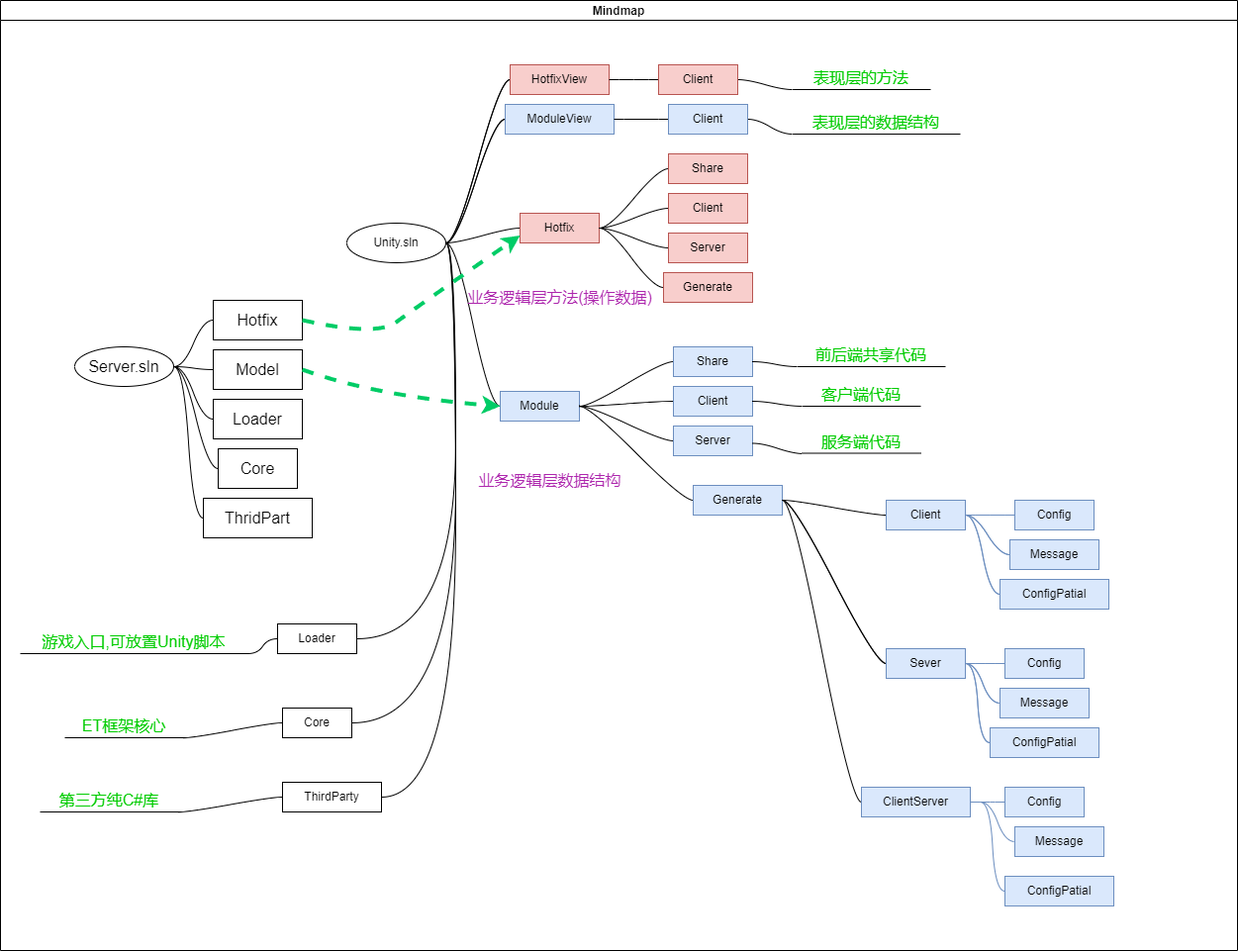
Above: coding/ET框架/img/ET7_folder_structure.png in milk36/StudyNotes (draw.io), before the change. Source tidied: cells renumbered, new cells last; positions are measured from the earlier drawing's top-left corner, leaving out a move shared by most shapes.
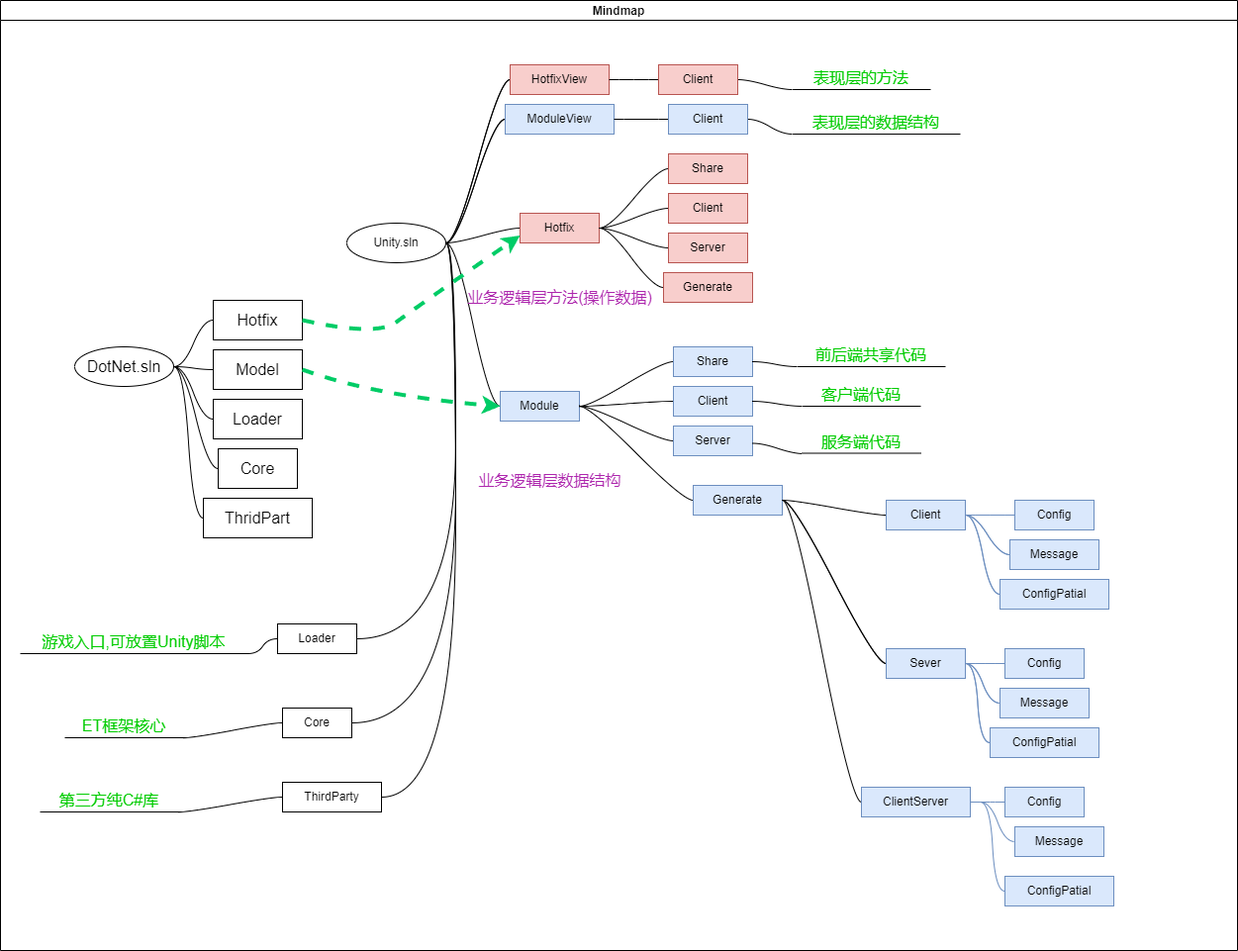
Later version of the same file.

Diff of the diagram source:
```diff
@@ -282,7 +282,7 @@
     <mxCell id="91" value="第三方纯C#库" style="whiteSpace=wrap;html=1;shape=partialRectangle;top=0;left=0;bottom=1;right=0;points=[[0,1],[1,1]];fillColor=none;align=center;verticalAlign=bottom;routingCenterY=0.5;snapToPoint=1;newEdgeStyle={&quot;edgeStyle&quot;:&quot;entityRelationEdgeStyle&quot;,&quot;startArrow&quot;:&quot;none&quot;,&quot;endArrow&quot;:&quot;none&quot;,&quot;segment&quot;:10,&quot;curved&quot;:1,&quot;sourcePerimeterSpacing&quot;:0,&quot;targetPerimeterSpacing&quot;:0};fontSize=16;fontColor=#00CC00;" parent="2" vertex="1">
       <mxGeometry x="40" y="790" width="140" height="30" as="geometry" />
     </mxCell>
-    <mxCell id="92" value="Server.sln" style="ellipse;whiteSpace=wrap;html=1;align=center;newEdgeStyle={&quot;edgeStyle&quot;:&quot;entityRelationEdgeStyle&quot;,&quot;startArrow&quot;:&quot;none&quot;,&quot;endArrow&quot;:&quot;none&quot;,&quot;segment&quot;:10,&quot;curved&quot;:1,&quot;sourcePerimeterSpacing&quot;:0,&quot;targetPerimeterSpacing&quot;:0};rounded=0;sketch=0;fontSize=16;fontColor=#000000;" parent="2" vertex="1">
+    <mxCell id="92" value="DotNet.sln" style="ellipse;whiteSpace=wrap;html=1;align=center;newEdgeStyle={&quot;edgeStyle&quot;:&quot;entityRelationEdgeStyle&quot;,&quot;startArrow&quot;:&quot;none&quot;,&quot;endArrow&quot;:&quot;none&quot;,&quot;segment&quot;:10,&quot;curved&quot;:1,&quot;sourcePerimeterSpacing&quot;:0,&quot;targetPerimeterSpacing&quot;:0};rounded=0;sketch=0;fontSize=16;fontColor=#000000;" parent="2" vertex="1">
       <mxGeometry x="75" y="350" width="100" height="40" as="geometry" />
     </mxCell>
     <mxCell id="93" value="Hotfix" style="whiteSpace=wrap;html=1;rounded=0;arcSize=50;align=center;verticalAlign=middle;strokeWidth=1;spacing=4;newEdgeStyle={&quot;edgeStyle&quot;:&quot;entityRelationEdgeStyle&quot;,&quot;startArrow&quot;:&quot;none&quot;,&quot;endArrow&quot;:&quot;none&quot;,&quot;segment&quot;:10,&quot;curved&quot;:1,&quot;sourcePerimeterSpacing&quot;:0,&quot;targetPerimeterSpacing&quot;:0};sketch=0;fontSize=16;fontColor=#000000;" parent="2" vertex="1">
```
